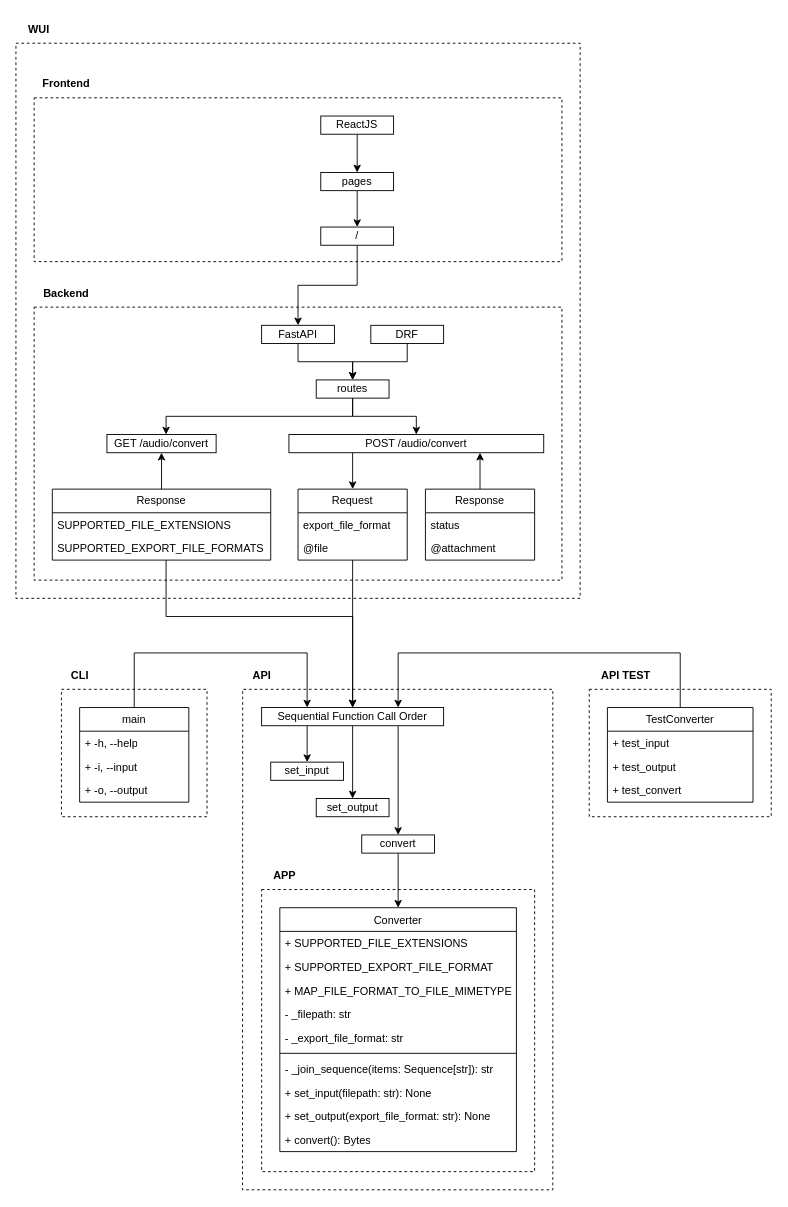
The draw.io diagram page "WUI" (8 of 8) of _readme/Diagram.drawio in ames0k0/TP--Audio-File-Converter, before the edit. Source tidied: cells renumbered, new cells numbered last; positions are measured from the earlier drawing's top-left corner, leaving out a move shared by most shapes. Both pictures are drawn from the tidied source at 91%, with x=0, y=0 at pixel (15, 15).
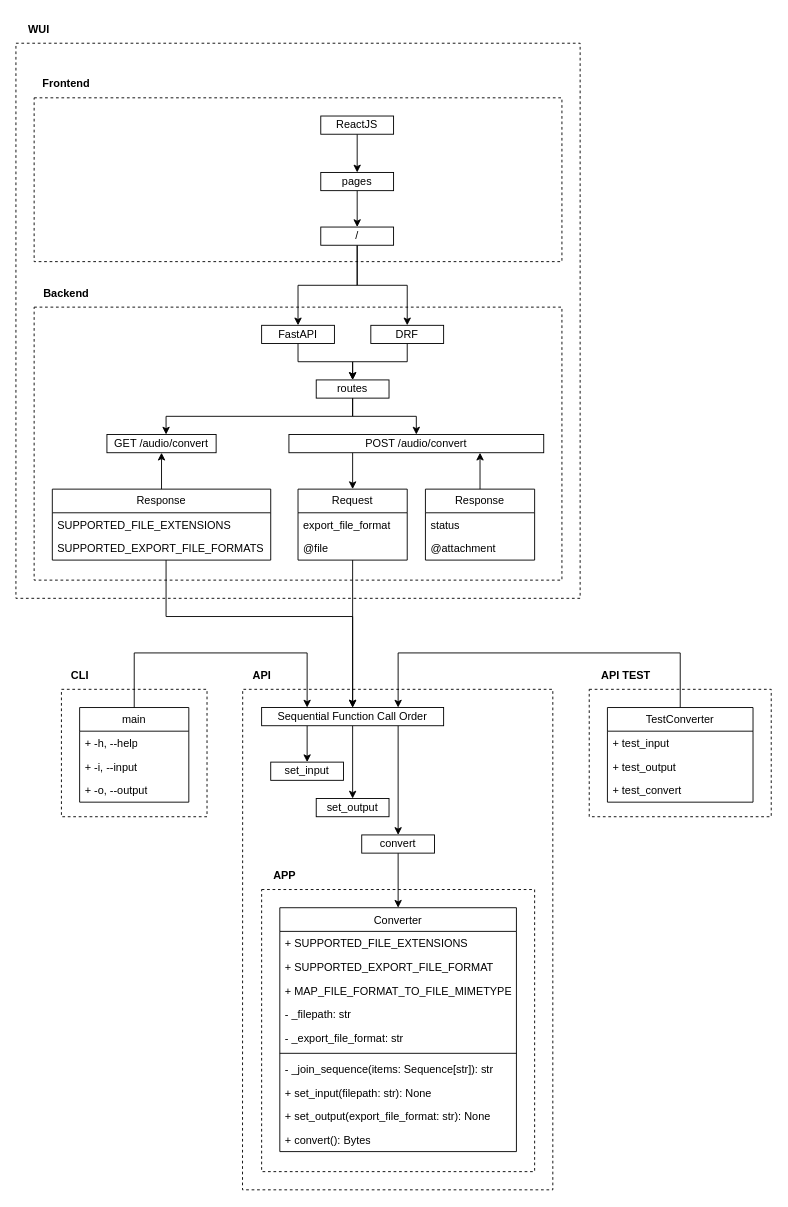
After the change.

Unchanged cells that the change refers to:
```xml
<mxCell id="65" value="DRF" style="whiteSpace=wrap;html=1;" parent="1" vertex="1">
  <mxGeometry x="390" y="340" width="80" height="20" as="geometry" />
</mxCell>
<mxCell id="73" value="/" style="whiteSpace=wrap;html=1;" parent="1" vertex="1">
  <mxGeometry x="335" y="232" width="80" height="20" as="geometry" />
</mxCell>
```

The edit, as a diff of the source:
```diff
@@
+    <mxCell id="74" style="edgeStyle=orthogonalEdgeStyle;rounded=0;jettySize=auto;html=1;" parent="1" edge="1" source="73" target="65">
+      <mxGeometry relative="1" as="geometry" />
+    </mxCell>
```
